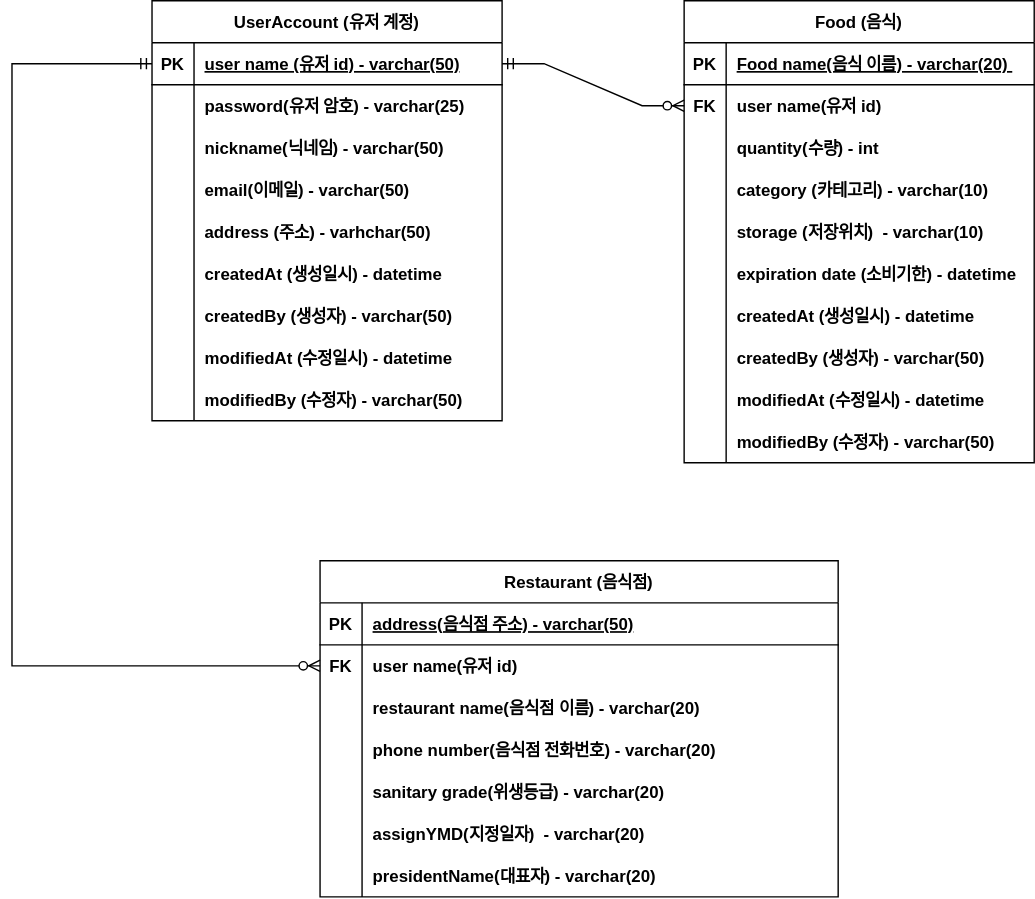
whwlsgkr7/Clean-Plate keeps this draw.io diagram as cleanplate/document/clean-plate-erd.svg. Above is the earlier version. Source tidied: cells renumbered, new cells last; positions are measured from the earlier drawing's top-left corner, leaving out a move shared by most shapes.
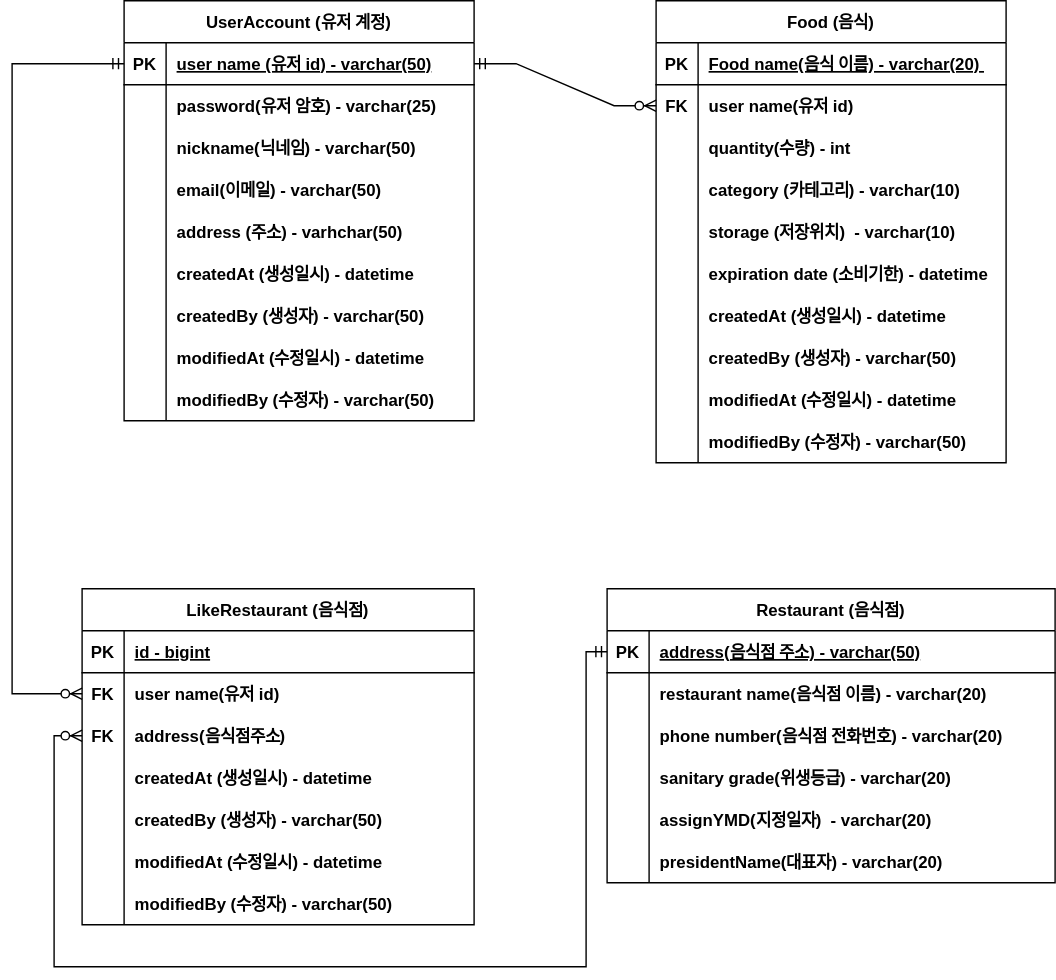
The same diagram one commit later.

Commit message:
ERD 업데이트 - LikeRestaurant 테이블 생성

What changed in the source:
```diff
@@ -96,70 +96,61 @@
       <mxGeometry x="30" width="220" height="30" as="geometry" />
     </mxCell>
     <mxCell id="33" value="Restaurant (음식점)" style="shape=table;startSize=30;rowLines=0;fontStyle=1;align=center;" parent="1" vertex="1">
-      <mxGeometry x="220" y="400" width="370" height="240" as="geometry" />
+      <mxGeometry x="445" y="420" width="320" height="210" as="geometry" />
     </mxCell>
     <mxCell id="34" style="shape=partialRectangle;fillColor=none;points=[[0,0.5],[1,0.5]];portConstraint=eastwest;top=0;left=0;right=0;bottom=1;" parent="33" vertex="1">
-      <mxGeometry y="30" width="370" height="30" as="geometry" />
+      <mxGeometry y="30" width="320" height="30" as="geometry" />
     </mxCell>
     <mxCell id="35" value="PK" style="shape=partialRectangle;overflow=hidden;fillColor=none;top=0;left=0;bottom=0;right=0;fontStyle=1;" parent="34" vertex="1">
       <mxGeometry width="30" height="30" as="geometry" />
     </mxCell>
     <mxCell id="36" value="address(음식점 주소) - varchar(50)" style="shape=partialRectangle;overflow=hidden;fillColor=none;top=0;left=0;bottom=0;right=0;align=left;spacingLeft=6;fontStyle=5;" parent="34" vertex="1">
-      <mxGeometry x="30" width="340" height="30" as="geometry" />
+      <mxGeometry x="30" width="290" height="30" as="geometry" />
     </mxCell>
-    <mxCell id="37" style="shape=partialRectangle;fillColor=none;points=[[0,0.5],[1,0.5]];portConstraint=eastwest;top=0;left=0;right=0;bottom=0;" parent="33" vertex="1">
-      <mxGeometry y="60" width="370" height="30" as="geometry" />
-    </mxCell>
-    <mxCell id="38" value="FK" style="shape=partialRectangle;overflow=hidden;fillColor=none;top=0;left=0;bottom=0;right=0;fontStyle=1;" parent="37" vertex="1">
-      <mxGeometry width="30" height="30" as="geometry" />
-    </mxCell>
-    <mxCell id="39" value="user name(유저 id)" style="shape=partialRectangle;overflow=hidden;fillColor=none;top=0;left=0;bottom=0;right=0;align=left;spacingLeft=6;fontStyle=1;" parent="37" vertex="1">
-      <mxGeometry x="30" width="340" height="30" as="geometry" />
-    </mxCell>
     <mxCell id="40" style="shape=partialRectangle;fillColor=none;top=0;left=0;right=0;bottom=0;" parent="33" vertex="1">
-      <mxGeometry y="90" width="370" height="30" as="geometry" />
+      <mxGeometry y="60" width="320" height="30" as="geometry" />
     </mxCell>
     <mxCell id="41" style="shape=partialRectangle;overflow=hidden;fillColor=none;top=0;left=0;bottom=0;right=0;" parent="40" vertex="1">
       <mxGeometry width="30" height="30" as="geometry" />
     </mxCell>
     <mxCell id="42" value="restaurant name(음식점 이름) - varchar(20)" style="shape=partialRectangle;overflow=hidden;fillColor=none;top=0;left=0;bottom=0;right=0;align=left;spacingLeft=6;fontStyle=1;" parent="40" vertex="1">
-      <mxGeometry x="30" width="340" height="30" as="geometry" />
+      <mxGeometry x="30" width="290" height="30" as="geometry" />
     </mxCell>
     <mxCell id="43" style="shape=partialRectangle;fillColor=none;top=0;left=0;right=0;bottom=0;" parent="33" vertex="1">
-      <mxGeometry y="120" width="370" height="30" as="geometry" />
+      <mxGeometry y="90" width="320" height="30" as="geometry" />
     </mxCell>
     <mxCell id="44" style="shape=partialRectangle;overflow=hidden;fillColor=none;top=0;left=0;bottom=0;right=0;" parent="43" vertex="1">
       <mxGeometry width="30" height="30" as="geometry" />
     </mxCell>
     <mxCell id="45" value="phone number(음식점 전화번호) - varchar(20)" style="shape=partialRectangle;overflow=hidden;fillColor=none;top=0;left=0;bottom=0;right=0;align=left;spacingLeft=6;fontStyle=1;" parent="43" vertex="1">
-      <mxGeometry x="30" width="340" height="30" as="geometry" />
+      <mxGeometry x="30" width="290" height="30" as="geometry" />
     </mxCell>
     <mxCell id="46" style="shape=partialRectangle;fillColor=none;top=0;left=0;right=0;bottom=0;" parent="33" vertex="1">
-      <mxGeometry y="150" width="370" height="30" as="geometry" />
+      <mxGeometry y="120" width="320" height="30" as="geometry" />
     </mxCell>
     <mxCell id="47" style="shape=partialRectangle;overflow=hidden;fillColor=none;top=0;left=0;bottom=0;right=0;" parent="46" vertex="1">
       <mxGeometry width="30" height="30" as="geometry" />
     </mxCell>
     <mxCell id="48" value="sanitary grade(위생등급) - varchar(20)" style="shape=partialRectangle;overflow=hidden;fillColor=none;top=0;left=0;bottom=0;right=0;align=left;spacingLeft=6;fontStyle=1;" parent="46" vertex="1">
-      <mxGeometry x="30" width="340" height="30" as="geometry" />
+      <mxGeometry x="30" width="290" height="30" as="geometry" />
     </mxCell>
     <mxCell id="49" style="shape=partialRectangle;fillColor=none;top=0;left=0;right=0;bottom=0;" parent="33" vertex="1">
-      <mxGeometry y="180" width="370" height="30" as="geometry" />
+      <mxGeometry y="150" width="320" height="30" as="geometry" />
     </mxCell>
     <mxCell id="50" style="shape=partialRectangle;overflow=hidden;fillColor=none;top=0;left=0;bottom=0;right=0;" parent="49" vertex="1">
       <mxGeometry width="30" height="30" as="geometry" />
     </mxCell>
     <mxCell id="51" value="assignYMD(지정일자)  - varchar(20)" style="shape=partialRectangle;overflow=hidden;fillColor=none;top=0;left=0;bottom=0;right=0;align=left;spacingLeft=6;fontStyle=1;" parent="49" vertex="1">
-      <mxGeometry x="30" width="340" height="30" as="geometry" />
+      <mxGeometry x="30" width="290" height="30" as="geometry" />
     </mxCell>
     <mxCell id="52" style="shape=partialRectangle;fillColor=none;top=0;left=0;right=0;bottom=0;" parent="33" vertex="1">
-      <mxGeometry y="210" width="370" height="30" as="geometry" />
+      <mxGeometry y="180" width="320" height="30" as="geometry" />
     </mxCell>
     <mxCell id="53" style="shape=partialRectangle;overflow=hidden;fillColor=none;top=0;left=0;bottom=0;right=0;" parent="52" vertex="1">
       <mxGeometry width="30" height="30" as="geometry" />
     </mxCell>
     <mxCell id="54" value="presidentName(대표자) - varchar(20)" style="shape=partialRectangle;overflow=hidden;fillColor=none;top=0;left=0;bottom=0;right=0;align=left;spacingLeft=6;fontStyle=1;" parent="52" vertex="1">
-      <mxGeometry x="30" width="340" height="30" as="geometry" />
+      <mxGeometry x="30" width="290" height="30" as="geometry" />
     </mxCell>
     <mxCell id="55" value="UserAccount (유저 계정)" style="shape=table;startSize=30;rowLines=0;fontStyle=1;align=center;" parent="1" vertex="1">
       <mxGeometry x="100" width="250" height="300" as="geometry" />
@@ -248,12 +239,88 @@
     <mxCell id="83" style="edgeStyle=entityRelationEdgeStyle;fontSize=12;html=1;endArrow=ERzeroToMany;startArrow=ERmandOne;rounded=0;exitX=1;exitY=0.5;exitDx=0;exitDy=0;entryX=0;entryY=0.5;entryDx=0;entryDy=0;" parent="1" edge="1" source="56" target="6">
       <mxGeometry relative="1" as="geometry" />
     </mxCell>
-    <mxCell id="84" style="edgeStyle=elbowEdgeStyle;fontSize=12;html=1;endArrow=ERzeroToMany;startArrow=ERmandOne;rounded=0;exitX=0;exitY=0.5;exitDx=0;exitDy=0;entryX=0;entryY=0.5;entryDx=0;entryDy=0;" parent="1" edge="1" source="56" target="37">
+    <mxCell id="84" style="edgeStyle=elbowEdgeStyle;fontSize=12;html=1;endArrow=ERzeroToMany;startArrow=ERmandOne;rounded=0;exitX=0;exitY=0.5;exitDx=0;exitDy=0;entryX=0;entryY=0.5;entryDx=0;entryDy=0;" parent="1" edge="1" source="56" target="89">
       <mxGeometry relative="1" as="geometry">
         <Array as="points">
-          <mxPoint y="300" />
+          <mxPoint x="20" y="270" />
         </Array>
       </mxGeometry>
     </mxCell>
+    <mxCell id="85" value="LikeRestaurant (음식점)" style="shape=table;startSize=30;rowLines=0;fontStyle=1;align=center;" parent="1" vertex="1">
+      <mxGeometry x="70" y="420" width="280" height="240" as="geometry" />
+    </mxCell>
+    <mxCell id="86" style="shape=partialRectangle;fillColor=none;top=0;left=0;right=0;bottom=1;" parent="85" vertex="1">
+      <mxGeometry y="30" width="280" height="30" as="geometry" />
+    </mxCell>
+    <mxCell id="87" value="PK" style="shape=partialRectangle;overflow=hidden;fillColor=none;top=0;left=0;bottom=0;right=0;fontStyle=1;" parent="86" vertex="1">
+      <mxGeometry width="30" height="30" as="geometry" />
+    </mxCell>
+    <mxCell id="88" value="id - bigint" style="shape=partialRectangle;overflow=hidden;fillColor=none;top=0;left=0;bottom=0;right=0;align=left;spacingLeft=6;fontStyle=5;" parent="86" vertex="1">
+      <mxGeometry x="30" width="250" height="30" as="geometry" />
+    </mxCell>
+    <mxCell id="89" style="shape=partialRectangle;fillColor=none;points=[[0,0.5],[1,0.5]];portConstraint=eastwest;top=0;left=0;right=0;bottom=0;" parent="85" vertex="1">
+      <mxGeometry y="60" width="280" height="30" as="geometry" />
+    </mxCell>
+    <mxCell id="90" value="FK" style="shape=partialRectangle;overflow=hidden;fillColor=none;top=0;left=0;bottom=0;right=0;fontStyle=1;" parent="89" vertex="1">
+      <mxGeometry width="30" height="30" as="geometry" />
+    </mxCell>
+    <mxCell id="39" value="user name(유저 id)" style="shape=partialRectangle;overflow=hidden;fillColor=none;top=0;left=0;bottom=0;right=0;align=left;spacingLeft=6;fontStyle=1;" parent="89" vertex="1">
+      <mxGeometry x="30" width="250" height="30" as="geometry" />
+    </mxCell>
+    <mxCell id="91" style="shape=partialRectangle;fillColor=none;points=[[0,0.5],[1,0.5]];portConstraint=eastwest;top=0;left=0;right=0;bottom=0;" parent="85" vertex="1">
+      <mxGeometry y="90" width="280" height="30" as="geometry" />
+    </mxCell>
+    <mxCell id="92" value="FK" style="shape=partialRectangle;overflow=hidden;fillColor=none;top=0;left=0;bottom=0;right=0;fontStyle=1;" parent="91" vertex="1">
+      <mxGeometry width="30" height="30" as="geometry" />
+    </mxCell>
+    <mxCell id="93" value="address(음식점주소) " style="shape=partialRectangle;overflow=hidden;fillColor=none;top=0;left=0;bottom=0;right=0;align=left;spacingLeft=6;fontStyle=1;" parent="91" vertex="1">
+      <mxGeometry x="30" width="250" height="30" as="geometry" />
+    </mxCell>
+    <mxCell id="94" style="shape=partialRectangle;fillColor=none;top=0;left=0;right=0;bottom=0;" parent="85" vertex="1">
+      <mxGeometry y="120" width="280" height="30" as="geometry" />
+    </mxCell>
+    <mxCell id="95" style="shape=partialRectangle;overflow=hidden;fillColor=none;top=0;left=0;bottom=0;right=0;" parent="94" vertex="1">
+      <mxGeometry width="30" height="30" as="geometry" />
+    </mxCell>
+    <mxCell id="96" value="createdAt (생성일시) - datetime" style="shape=partialRectangle;overflow=hidden;fillColor=none;top=0;left=0;bottom=0;right=0;align=left;spacingLeft=6;fontStyle=1;" parent="94" vertex="1">
+      <mxGeometry x="30" width="250" height="30" as="geometry" />
+    </mxCell>
+    <mxCell id="97" style="shape=partialRectangle;fillColor=none;top=0;left=0;right=0;bottom=0;" parent="85" vertex="1">
+      <mxGeometry y="150" width="280" height="30" as="geometry" />
+    </mxCell>
+    <mxCell id="98" style="shape=partialRectangle;overflow=hidden;fillColor=none;top=0;left=0;bottom=0;right=0;" parent="97" vertex="1">
+      <mxGeometry width="30" height="30" as="geometry" />
+    </mxCell>
+    <mxCell id="99" value="createdBy (생성자) - varchar(50)" style="shape=partialRectangle;overflow=hidden;fillColor=none;top=0;left=0;bottom=0;right=0;align=left;spacingLeft=6;fontStyle=1;" parent="97" vertex="1">
+      <mxGeometry x="30" width="250" height="30" as="geometry" />
+    </mxCell>
+    <mxCell id="100" style="shape=partialRectangle;fillColor=none;top=0;left=0;right=0;bottom=0;" parent="85" vertex="1">
+      <mxGeometry y="180" width="280" height="30" as="geometry" />
+    </mxCell>
+    <mxCell id="101" style="shape=partialRectangle;overflow=hidden;fillColor=none;top=0;left=0;bottom=0;right=0;" parent="100" vertex="1">
+      <mxGeometry width="30" height="30" as="geometry" />
+    </mxCell>
+    <mxCell id="102" value="modifiedAt (수정일시) - datetime" style="shape=partialRectangle;overflow=hidden;fillColor=none;top=0;left=0;bottom=0;right=0;align=left;spacingLeft=6;fontStyle=1;" parent="100" vertex="1">
+      <mxGeometry x="30" width="250" height="30" as="geometry" />
+    </mxCell>
+    <mxCell id="103" style="shape=partialRectangle;fillColor=none;top=0;left=0;right=0;bottom=0;" parent="85" vertex="1">
+      <mxGeometry y="210" width="280" height="30" as="geometry" />
+    </mxCell>
+    <mxCell id="104" style="shape=partialRectangle;overflow=hidden;fillColor=none;top=0;left=0;bottom=0;right=0;" parent="103" vertex="1">
+      <mxGeometry width="30" height="30" as="geometry" />
+    </mxCell>
+    <mxCell id="105" value="modifiedBy (수정자) - varchar(50)" style="shape=partialRectangle;overflow=hidden;fillColor=none;top=0;left=0;bottom=0;right=0;align=left;spacingLeft=6;fontStyle=1;" parent="103" vertex="1">
+      <mxGeometry x="30" width="250" height="30" as="geometry" />
+    </mxCell>
+    <mxCell id="106" style="edgeStyle=orthogonalEdgeStyle;fontSize=12;html=1;endArrow=ERzeroToMany;startArrow=ERmandOne;rounded=0;exitX=0;exitY=0.5;exitDx=0;exitDy=0;entryX=0;entryY=0.5;entryDx=0;entryDy=0;" parent="1" edge="1" source="34" target="91">
+      <mxGeometry relative="1" as="geometry">
+        <Array as="points">
+          <mxPoint x="430" y="465" />
+          <mxPoint x="430" y="690" />
+          <mxPoint x="50" y="690" />
+          <mxPoint x="50" y="525" />
+        </Array>
+      </mxGeometry>
+    </mxCell>
   </root>
 </mxGraphModel>
```
